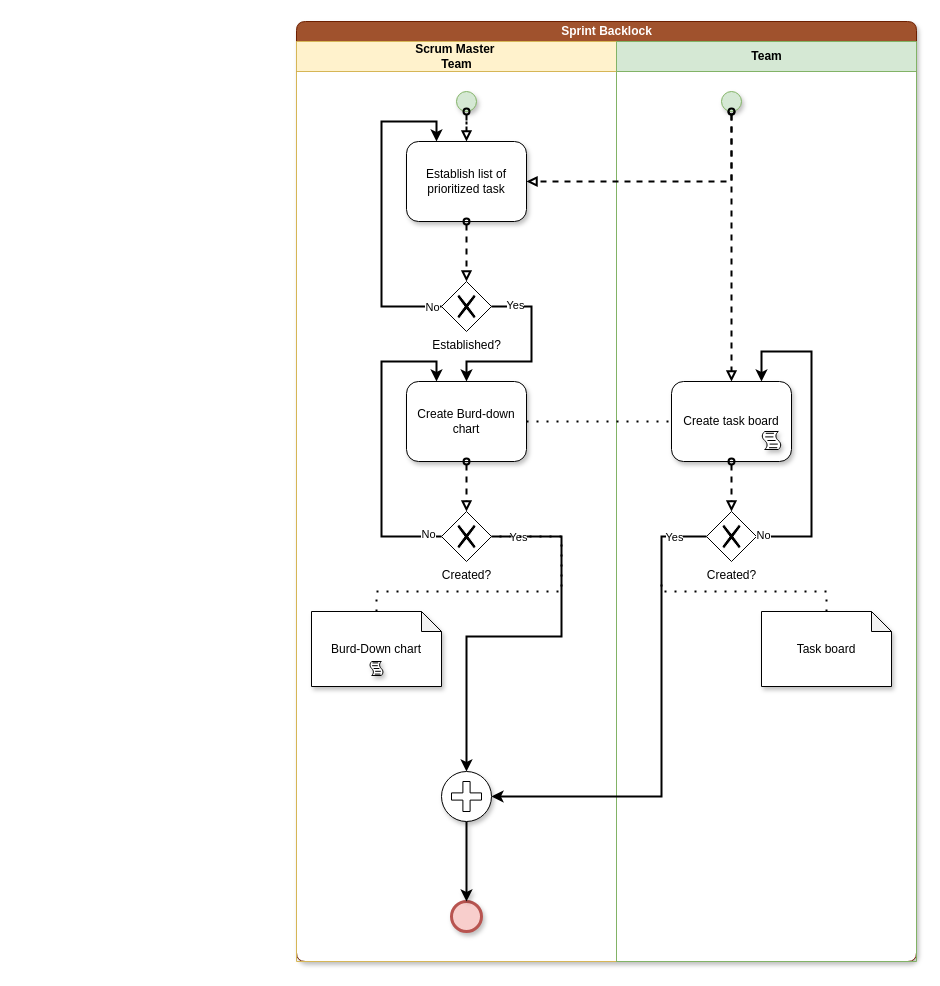
Before: page "Sprint Backlock" (6 of 12) of BPMN_Pre-game.drawio in JavierCabreraDev/Metodologia_Practica, a draw.io diagram. Source tidied: cells renumbered, new cells numbered last; positions are measured from the earlier drawing's top-left corner, leaving out a move shared by most shapes. Both pictures are drawn from the tidied source at 100%, with x=0, y=0 at pixel (296, 21).
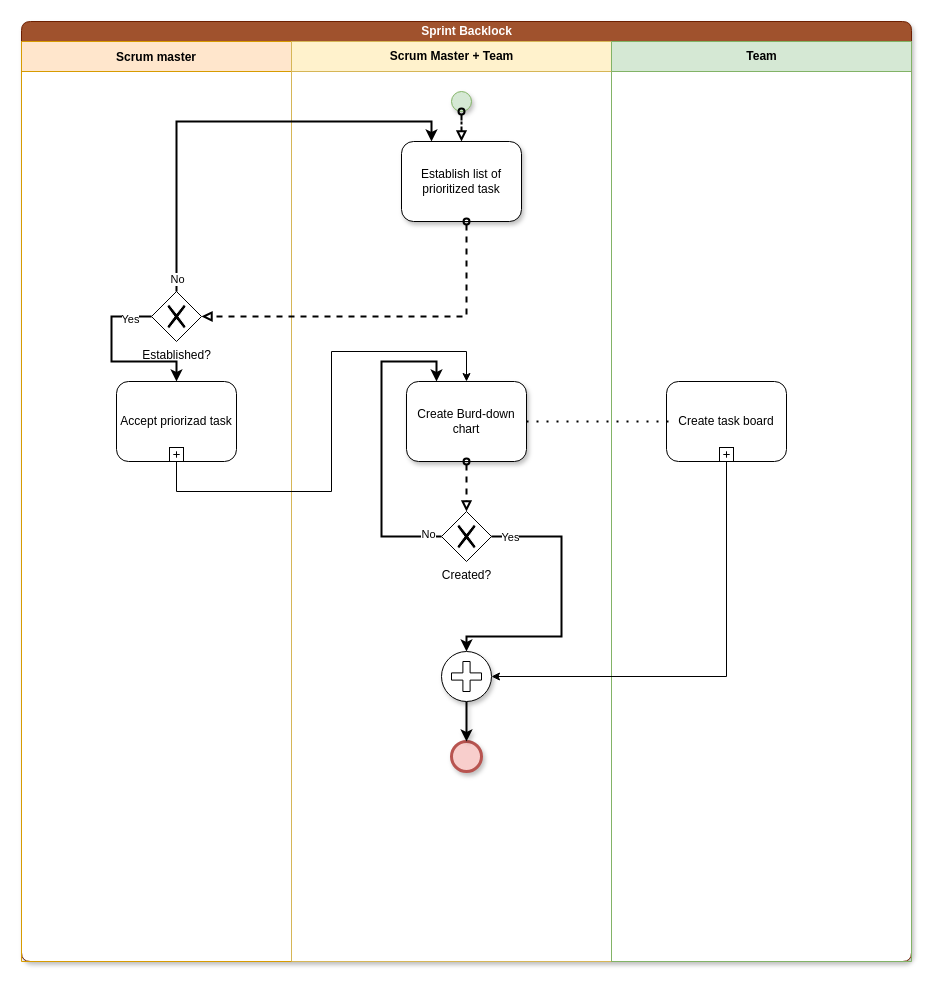
The same page after the edit.

The change refers to these unchanged cells:
```xml
<mxCell id="18" value="Create Burd-down chart" style="shape=ext;rounded=1;html=1;whiteSpace=wrap;shadow=1;glass=0;gradientColor=none;" parent="1" vertex="1">
  <mxGeometry x="110" y="360" width="120" height="80" as="geometry" />
</mxCell>
```

What changed in the source:
```diff
@@
     <mxCell id="2" value="Sprint Backlock" style="swimlane;html=1;startSize=20;shadow=1;glass=0;swimlaneFillColor=#ffffff;fillColor=#a0522d;strokeColor=#6D1F00;fontColor=#ffffff;rounded=1;" parent="1" vertex="1">
-      <mxGeometry width="620" height="940" as="geometry" />
+      <mxGeometry x="-275" width="890" height="940" as="geometry" />
     </mxCell>
+    <mxCell id="41" value="Scrum master" style="swimlane;startSize=30;fillColor=#ffe6cc;strokeColor=#d79b00;" parent="2" vertex="1">
+      <mxGeometry y="20" width="270" height="920" as="geometry" />
+    </mxCell>
+    <mxCell id="5" value="Established?" style="shape=mxgraph.bpmn.shape;html=1;verticalLabelPosition=bottom;labelBackgroundColor=#ffffff;verticalAlign=top;align=center;perimeter=rhombusPerimeter;background=gateway;outlineConnect=0;outline=none;symbol=exclusiveGw;" parent="41" vertex="1">
+      <mxGeometry x="130" y="250" width="50" height="50" as="geometry" />
+    </mxCell>
+    <mxCell id="42" value="Accept priorizad task" style="html=1;whiteSpace=wrap;rounded=1;" parent="41" vertex="1">
+      <mxGeometry x="95" y="340" width="120" height="80" as="geometry" />
+    </mxCell>
+    <mxCell id="43" style="html=1;shape=plus;outlineConnect=0;" parent="42" vertex="1">
+      <mxGeometry x="0.5" y="1" width="14" height="14" relative="1" as="geometry">
+        <mxPoint x="-7" y="-14" as="offset" />
+      </mxGeometry>
+    </mxCell>
+    <mxCell id="19" style="edgeStyle=orthogonalEdgeStyle;rounded=0;jettySize=auto;html=1;startArrow=none;startFill=0;endArrow=classic;endFill=1;strokeWidth=2;entryX=0.5;entryY=0;entryDx=0;entryDy=0;" parent="41" edge="1" source="5" target="42">
+      <mxGeometry relative="1" as="geometry">
+        <Array as="points">
+          <mxPoint x="90" y="275" />
+          <mxPoint x="90" y="320" />
+          <mxPoint x="155" y="320" />
+        </Array>
+      </mxGeometry>
+    </mxCell>
+    <mxCell id="20" value="Yes" style="edgeLabel;html=1;align=center;verticalAlign=middle;" parent="19" vertex="1">
+      <mxGeometry x="-0.74" y="2" relative="1" as="geometry" />
+    </mxCell>
-    <mxCell id="3" value="Scrum Master&amp;nbsp;&lt;br&gt;Team" style="swimlane;html=1;startSize=30;fillColor=#fff2cc;strokeColor=#d6b656;" parent="2" vertex="1">
-      <mxGeometry y="20" width="320" height="920" as="geometry" />
+    <mxCell id="3" value="Scrum Master + Team" style="swimlane;html=1;startSize=30;fillColor=#fff2cc;strokeColor=#d6b656;" parent="2" vertex="1">
+      <mxGeometry x="270" y="20" width="320" height="920" as="geometry" />
     </mxCell>
@@
-    <mxCell id="5" value="Established?" style="shape=mxgraph.bpmn.shape;html=1;verticalLabelPosition=bottom;labelBackgroundColor=#ffffff;verticalAlign=top;align=center;perimeter=rhombusPerimeter;background=gateway;outlineConnect=0;outline=none;symbol=exclusiveGw;" parent="3" vertex="1">
-      <mxGeometry x="145" y="240" width="50" height="50" as="geometry" />
-    </mxCell>
     <mxCell id="6" value="Created?" style="shape=mxgraph.bpmn.shape;html=1;verticalLabelPosition=bottom;labelBackgroundColor=#ffffff;verticalAlign=top;align=center;perimeter=rhombusPerimeter;background=gateway;outlineConnect=0;outline=none;symbol=exclusiveGw;" parent="3" vertex="1">
-      <mxGeometry x="145" y="470" width="50" height="50" as="geometry" />
+      <mxGeometry x="150" y="470" width="50" height="50" as="geometry" />
     </mxCell>
     <mxCell id="7" value="Team" style="swimlane;html=1;startSize=30;fillColor=#d5e8d4;strokeColor=#82b366;" parent="2" vertex="1">
-      <mxGeometry x="320" y="20" width="300" height="920" as="geometry" />
+      <mxGeometry x="590" y="20" width="300" height="920" as="geometry" />
     </mxCell>
-    <mxCell id="8" value="Created?" style="shape=mxgraph.bpmn.shape;html=1;verticalLabelPosition=bottom;labelBackgroundColor=#ffffff;verticalAlign=top;align=center;perimeter=rhombusPerimeter;background=gateway;outlineConnect=0;outline=none;symbol=exclusiveGw;" parent="7" vertex="1">
-      <mxGeometry x="90" y="470" width="50" height="50" as="geometry" />
-    </mxCell>
-    <mxCell id="9" style="edgeStyle=orthogonalEdgeStyle;rounded=0;jettySize=auto;html=1;dashed=1;startArrow=oval;startFill=0;endArrow=block;endFill=0;strokeWidth=2;" parent="1" edge="1" target="22">
-      <mxGeometry relative="1" as="geometry">
-        <mxPoint x="435" y="90" as="sourcePoint" />
-        <Array as="points">
-          <mxPoint x="435" y="400" />
-        </Array>
-      </mxGeometry>
-    </mxCell>
-    <mxCell id="10" style="ellipse;whiteSpace=wrap;html=1;shadow=1;glass=0;fillColor=#d5e8d4;strokeColor=#82b366;" parent="1" vertex="1">
-      <mxGeometry x="425" y="70" width="20" height="20" as="geometry" />
-    </mxCell>
+    <mxCell id="22" value="Create task board" style="html=1;whiteSpace=wrap;rounded=1;" parent="7" vertex="1">
+      <mxGeometry x="55" y="340" width="120" height="80" as="geometry" />
+    </mxCell>
+    <mxCell id="44" style="html=1;shape=plus;" parent="22" vertex="1">
+      <mxGeometry x="0.5" y="1" width="14" height="14" relative="1" as="geometry">
+        <mxPoint x="-7" y="-14" as="offset" />
+      </mxGeometry>
+    </mxCell>
     <mxCell id="11" value="Establish list of prioritized task" style="shape=ext;rounded=1;html=1;whiteSpace=wrap;shadow=1;glass=0;" parent="1" vertex="1">
-      <mxGeometry x="110" y="120" width="120" height="80" as="geometry" />
+      <mxGeometry x="105" y="120" width="120" height="80" as="geometry" />
     </mxCell>
-    <mxCell id="12" style="edgeStyle=orthogonalEdgeStyle;rounded=0;jettySize=auto;html=1;entryX=1;entryY=0.5;entryDx=0;entryDy=0;startArrow=oval;startFill=0;endArrow=block;endFill=0;strokeWidth=2;dashed=1;" parent="1" edge="1" source="10" target="11">
-      <mxGeometry relative="1" as="geometry">
-        <Array as="points">
-          <mxPoint x="435" y="160" />
-        </Array>
-      </mxGeometry>
-    </mxCell>
@@
     <mxCell id="14" style="edgeStyle=orthogonalEdgeStyle;rounded=0;jettySize=auto;html=1;entryX=0.25;entryY=0;entryDx=0;entryDy=0;startArrow=none;startFill=0;endArrow=classic;endFill=1;strokeWidth=2;" parent="1" edge="1" source="5" target="11">
       <mxGeometry relative="1" as="geometry">
         <Array as="points">
-          <mxPoint x="85" y="285" />
-          <mxPoint x="85" y="100" />
-          <mxPoint x="140" y="100" />
+          <mxPoint x="-120" y="100" />
+          <mxPoint x="135" y="100" />
         </Array>
       </mxGeometry>
     </mxCell>
@@
-    <mxCell id="16" style="edgeStyle=orthogonalEdgeStyle;rounded=0;jettySize=auto;html=1;dashed=1;startArrow=oval;startFill=0;endArrow=block;endFill=0;strokeWidth=2;entryX=0.5;entryY=0;entryDx=0;entryDy=0;" parent="1" edge="1" source="11" target="5">
-      <mxGeometry relative="1" as="geometry" />
+    <mxCell id="16" style="edgeStyle=orthogonalEdgeStyle;rounded=0;jettySize=auto;html=1;dashed=1;startArrow=oval;startFill=0;endArrow=block;endFill=0;strokeWidth=2;entryX=1;entryY=0.5;entryDx=0;entryDy=0;" parent="1" edge="1" source="11" target="5">
+      <mxGeometry relative="1" as="geometry">
+        <Array as="points">
+          <mxPoint x="170" y="295" />
+        </Array>
+      </mxGeometry>
     </mxCell>
-    <mxCell id="17" style="edgeStyle=orthogonalEdgeStyle;rounded=0;jettySize=auto;html=1;startArrow=none;startFill=0;endArrow=none;endFill=0;strokeWidth=2;dashed=1;dashPattern=1 4;" parent="1" edge="1" source="18" target="22">
-      <mxGeometry relative="1" as="geometry" />
+    <mxCell id="17" style="edgeStyle=orthogonalEdgeStyle;rounded=0;jettySize=auto;html=1;startArrow=none;startFill=0;endArrow=none;endFill=0;strokeWidth=2;dashed=1;dashPattern=1 4;" parent="1" edge="1" source="18">
+      <mxGeometry relative="1" as="geometry">
+        <mxPoint x="375" y="400" as="targetPoint" />
+      </mxGeometry>
     </mxCell>
@@
-    <mxCell id="19" style="edgeStyle=orthogonalEdgeStyle;rounded=0;jettySize=auto;html=1;startArrow=none;startFill=0;endArrow=classic;endFill=1;strokeWidth=2;entryX=0.5;entryY=0;entryDx=0;entryDy=0;" parent="1" edge="1" source="5" target="18">
-      <mxGeometry relative="1" as="geometry">
-        <Array as="points">
-          <mxPoint x="235" y="285" />
-          <mxPoint x="235" y="340" />
-          <mxPoint x="170" y="340" />
-        </Array>
-      </mxGeometry>
-    </mxCell>
-    <mxCell id="20" value="Yes" style="edgeLabel;html=1;align=center;verticalAlign=middle;" parent="19" vertex="1">
-      <mxGeometry x="-0.74" y="2" relative="1" as="geometry" />
-    </mxCell>
     <mxCell id="21" style="edgeStyle=orthogonalEdgeStyle;rounded=0;jettySize=auto;html=1;entryX=0.5;entryY=0;entryDx=0;entryDy=0;dashed=1;startArrow=oval;startFill=0;endArrow=block;endFill=0;strokeWidth=2;" parent="1" edge="1" source="18" target="6">
-      <mxGeometry relative="1" as="geometry" />
+      <mxGeometry relative="1" as="geometry">
+        <Array as="points">
+          <mxPoint x="170" y="480" />
+          <mxPoint x="170" y="480" />
+        </Array>
+      </mxGeometry>
     </mxCell>
-    <mxCell id="22" value="Create task board" style="shape=ext;rounded=1;html=1;whiteSpace=wrap;shadow=1;glass=0;gradientColor=none;" parent="1" vertex="1">
-      <mxGeometry x="375" y="360" width="120" height="80" as="geometry" />
-    </mxCell>
@@
-    <mxCell id="25" style="edgeStyle=orthogonalEdgeStyle;rounded=0;jettySize=auto;html=1;entryX=0.5;entryY=0;entryDx=0;entryDy=0;startArrow=oval;startFill=0;endArrow=block;endFill=0;strokeWidth=2;dashed=1;" parent="1" edge="1" source="22" target="8">
-      <mxGeometry relative="1" as="geometry" />
-    </mxCell>
-    <mxCell id="26" style="edgeStyle=orthogonalEdgeStyle;rounded=0;jettySize=auto;html=1;entryX=0.75;entryY=0;entryDx=0;entryDy=0;startArrow=none;startFill=0;endArrow=classic;endFill=1;strokeWidth=2;" parent="1" edge="1" source="8" target="22">
-      <mxGeometry relative="1" as="geometry">
-        <Array as="points">
-          <mxPoint x="515" y="515" />
-          <mxPoint x="515" y="330" />
-          <mxPoint x="465" y="330" />
-        </Array>
-      </mxGeometry>
-    </mxCell>
-    <mxCell id="27" value="No" style="edgeLabel;html=1;align=center;verticalAlign=middle;" parent="26" vertex="1">
-      <mxGeometry x="-0.96" y="2" relative="1" as="geometry" />
-    </mxCell>
@@
-    <mxCell id="30" style="edgeStyle=orthogonalEdgeStyle;rounded=0;jettySize=auto;html=1;entryX=1;entryY=0.5;entryDx=0;entryDy=0;startArrow=none;startFill=0;endArrow=classic;endFill=1;strokeWidth=2;" parent="1" edge="1" source="8" target="40">
-      <mxGeometry relative="1" as="geometry">
-        <Array as="points">
-          <mxPoint x="365" y="515" />
-          <mxPoint x="365" y="775" />
-        </Array>
-      </mxGeometry>
-    </mxCell>
-    <mxCell id="31" value="Yes" style="edgeLabel;html=1;align=center;verticalAlign=middle;" parent="30" vertex="1">
-      <mxGeometry x="-0.86" relative="1" as="geometry" />
-    </mxCell>
-    <mxCell id="32" style="edgeStyle=orthogonalEdgeStyle;rounded=0;jettySize=auto;html=1;startArrow=none;startFill=0;endArrow=none;endFill=0;strokeWidth=2;dashed=1;dashPattern=1 4;" parent="1" edge="1" source="33" target="6">
-      <mxGeometry relative="1" as="geometry">
-        <Array as="points">
-          <mxPoint x="80" y="570" />
-          <mxPoint x="265" y="570" />
-          <mxPoint x="265" y="515" />
-        </Array>
-      </mxGeometry>
-    </mxCell>
-    <mxCell id="33" value="Burd-Down chart" style="shape=note;whiteSpace=wrap;html=1;backgroundOutline=1;darkOpacity=0.05;rounded=0;shadow=1;glass=0;gradientColor=none;size=20;" parent="1" vertex="1">
-      <mxGeometry x="15" y="590" width="130" height="75" as="geometry" />
-    </mxCell>
-    <mxCell id="34" style="shape=mxgraph.bpmn.script_task;html=1;rounded=0;shadow=1;glass=0;gradientColor=none;" parent="1" vertex="1">
-      <mxGeometry x="465" y="410" width="20" height="18" as="geometry" />
-    </mxCell>
-    <mxCell id="35" style="shape=mxgraph.bpmn.script_task;html=1;rounded=0;shadow=1;glass=0;gradientColor=none;" parent="1" vertex="1">
-      <mxGeometry x="73" y="640" width="14" height="14" as="geometry" />
-    </mxCell>
-    <mxCell id="36" style="edgeStyle=orthogonalEdgeStyle;rounded=0;jettySize=auto;html=1;startArrow=none;startFill=0;endArrow=none;endFill=0;strokeWidth=2;dashed=1;dashPattern=1 4;" parent="1" edge="1" source="37">
-      <mxGeometry relative="1" as="geometry">
-        <mxPoint x="365" y="560" as="targetPoint" />
-        <Array as="points">
-          <mxPoint x="530" y="570" />
-          <mxPoint x="365" y="570" />
-        </Array>
-      </mxGeometry>
-    </mxCell>
-    <mxCell id="37" value="Task board" style="shape=note;whiteSpace=wrap;html=1;backgroundOutline=1;darkOpacity=0.05;rounded=0;shadow=1;glass=0;gradientColor=none;size=20;" parent="1" vertex="1">
-      <mxGeometry x="465" y="590" width="130" height="75" as="geometry" />
-    </mxCell>
     <mxCell id="38" style="shape=mxgraph.bpmn.shape;html=1;verticalLabelPosition=bottom;labelBackgroundColor=#ffffff;verticalAlign=top;align=center;perimeter=ellipsePerimeter;outlineConnect=0;outline=end;symbol=general;rounded=0;shadow=1;glass=0;fillColor=#f8cecc;strokeColor=#b85450;" parent="1" vertex="1">
-      <mxGeometry x="155" y="880" width="30" height="30" as="geometry" />
+      <mxGeometry x="155" y="720" width="30" height="30" as="geometry" />
     </mxCell>
@@
     <mxCell id="40" style="shape=mxgraph.bpmn.shape;html=1;verticalLabelPosition=bottom;labelBackgroundColor=#ffffff;verticalAlign=top;align=center;perimeter=ellipsePerimeter;outlineConnect=0;outline=standard;symbol=parallelMultiple;rounded=0;shadow=1;glass=0;gradientColor=none;" parent="1" vertex="1">
-      <mxGeometry x="145" y="750" width="50" height="50" as="geometry" />
+      <mxGeometry x="145" y="630" width="50" height="50" as="geometry" />
     </mxCell>
+    <mxCell id="45" style="edgeStyle=orthogonalEdgeStyle;rounded=0;jettySize=auto;html=1;entryX=0.5;entryY=0;entryDx=0;entryDy=0;" parent="1" edge="1" source="43" target="18">
+      <mxGeometry relative="1" as="geometry">
+        <Array as="points">
+          <mxPoint x="-120" y="470" />
+          <mxPoint x="35" y="470" />
+          <mxPoint x="35" y="330" />
+          <mxPoint x="170" y="330" />
+        </Array>
+      </mxGeometry>
+    </mxCell>
+    <mxCell id="46" style="edgeStyle=orthogonalEdgeStyle;rounded=0;jettySize=auto;html=1;entryX=1;entryY=0.5;entryDx=0;entryDy=0;" parent="1" edge="1" source="22" target="40">
+      <mxGeometry relative="1" as="geometry">
+        <Array as="points">
+          <mxPoint x="430" y="655" />
+        </Array>
+      </mxGeometry>
+    </mxCell>
```
